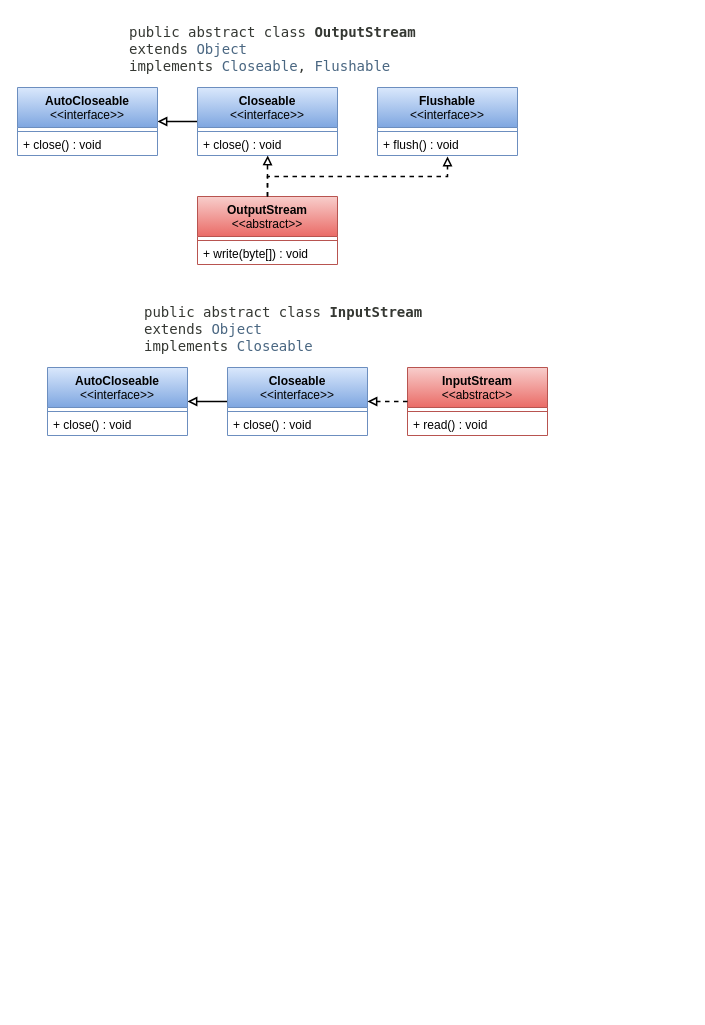
Before: UML-OutputStream.drawio in qingyunlyp/resource, a draw.io diagram. Source tidied: cells renumbered, new cells numbered last; positions are measured from the earlier drawing's top-left corner, leaving out a move shared by most shapes. Both pictures are drawn from the tidied source at 100%, with x=0, y=0 at pixel (17, 17).
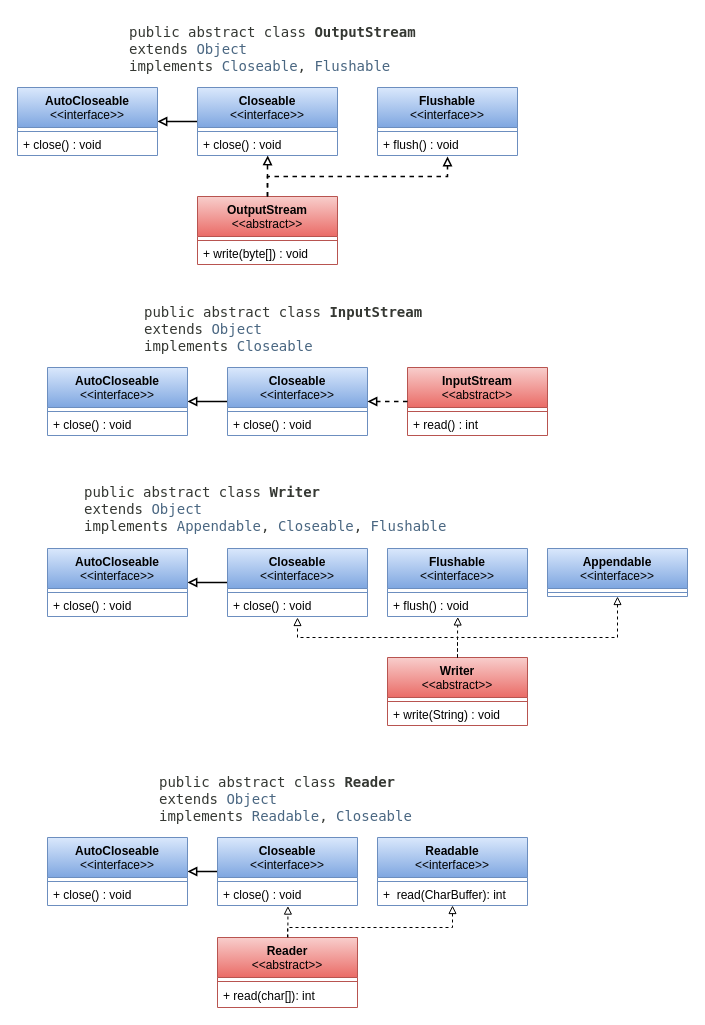
The same page after the edit.

The change refers to these unchanged cells:
```xml
<mxCell id="19" value="&lt;b&gt;InputStream&lt;/b&gt;&lt;br&gt;&amp;lt;&amp;lt;abstract&amp;gt;&amp;gt;" style="swimlane;fontStyle=0;align=center;verticalAlign=top;horizontal=1;startSize=40;html=1;whiteSpace=wrap;fillColor=#f8cecc;gradientColor=#ea6b66;strokeColor=#b85450;" parent="1" vertex="1">
  <mxGeometry x="390" y="350" width="140" height="68" as="geometry" />
</mxCell>
```

The edit, as a diff of the source:
```diff
@@
-    <mxCell id="21" value="+&amp;nbsp;&lt;span style=&quot;white-space: normal;&quot;&gt;read()&lt;/span&gt;&amp;nbsp;: void" style="text;html=1;strokeColor=none;fillColor=none;align=left;verticalAlign=middle;spacingLeft=4;spacingRight=4;overflow=hidden;whiteSpace=wrap;" parent="19" vertex="1">
+    <mxCell id="21" value="+&amp;nbsp;&lt;span style=&quot;white-space: normal;&quot;&gt;read()&lt;/span&gt;&amp;nbsp;: int" style="text;html=1;strokeColor=none;fillColor=none;align=left;verticalAlign=middle;spacingLeft=4;spacingRight=4;overflow=hidden;whiteSpace=wrap;" parent="19" vertex="1">
       <mxGeometry y="48" width="140" height="20" as="geometry" />
     </mxCell>
@@
+    <mxCell id="30" value="&lt;pre style=&quot;font-family: &amp;quot;DejaVu Sans Mono&amp;quot;, monospace; font-size: 14px; margin-top: 0px; color: rgb(53, 56, 51); font-style: normal; font-variant-ligatures: normal; font-variant-caps: normal; font-weight: 400; letter-spacing: normal; orphans: 2; text-align: left; text-indent: 0px; text-transform: none; widows: 2; word-spacing: 0px; -webkit-text-stroke-width: 0px; background-color: rgb(255, 255, 255); text-decoration-thickness: initial; text-decoration-style: initial; text-decoration-color: initial;&quot;&gt;public abstract class &lt;span class=&quot;typeNameLabel&quot; style=&quot;font-weight: bold;&quot;&gt;Writer&lt;/span&gt;&#10;extends &lt;a href=&quot;https://docs.oracle.com/en/java/javase/11/docs/api/java.base/java/lang/Object.html&quot; title=&quot;class in java.lang&quot; style=&quot;text-decoration: none; color: rgb(74, 103, 130);&quot;&gt;Object&lt;/a&gt;&#10;implements &lt;a href=&quot;https://docs.oracle.com/en/java/javase/11/docs/api/java.base/java/lang/Appendable.html&quot; title=&quot;interface in java.lang&quot; style=&quot;text-decoration: none; color: rgb(74, 103, 130);&quot;&gt;Appendable&lt;/a&gt;, &lt;a href=&quot;https://docs.oracle.com/en/java/javase/11/docs/api/java.base/java/io/Closeable.html&quot; title=&quot;interface in java.io&quot; style=&quot;text-decoration: none; color: rgb(74, 103, 130);&quot;&gt;Closeable&lt;/a&gt;, &lt;a href=&quot;https://docs.oracle.com/en/java/javase/11/docs/api/java.base/java/io/Flushable.html&quot; title=&quot;interface in java.io&quot; style=&quot;text-decoration: none; color: rgb(74, 103, 130);&quot;&gt;Flushable&lt;/a&gt;&lt;/pre&gt;" style="text;whiteSpace=wrap;html=1;" parent="1" vertex="1">
+      <mxGeometry x="65" y="460" width="390" height="60" as="geometry" />
+    </mxCell>
+    <mxCell id="31" style="edgeStyle=orthogonalEdgeStyle;rounded=0;jettySize=auto;html=1;entryX=1;entryY=0.5;entryDx=0;entryDy=0;endArrow=block;endFill=0;strokeWidth=1.5;" parent="1" edge="1" source="32" target="38">
+      <mxGeometry relative="1" as="geometry">
+        <Array as="points">
+          <mxPoint x="190" y="565" />
+          <mxPoint x="190" y="565" />
+        </Array>
+      </mxGeometry>
+    </mxCell>
+    <mxCell id="32" value="&lt;b&gt;Closeable&lt;/b&gt;&lt;br&gt;&amp;lt;&amp;lt;interface&amp;gt;&amp;gt;" style="swimlane;fontStyle=0;align=center;verticalAlign=top;horizontal=1;startSize=40;html=1;whiteSpace=wrap;fillColor=#dae8fc;gradientColor=#7ea6e0;strokeColor=#6c8ebf;" parent="1" vertex="1">
+      <mxGeometry x="210" y="531" width="140" height="68" as="geometry" />
+    </mxCell>
+    <mxCell id="33" style="line;strokeWidth=1;fillColor=none;align=left;verticalAlign=middle;spacingTop=-1;spacingLeft=3;spacingRight=3;labelPosition=right;strokeColor=#6C8EBF;" parent="32" vertex="1">
+      <mxGeometry y="40" width="140" height="8" as="geometry" />
+    </mxCell>
+    <mxCell id="34" value="+ close() : void" style="text;html=1;strokeColor=none;fillColor=none;align=left;verticalAlign=middle;spacingLeft=4;spacingRight=4;overflow=hidden;whiteSpace=wrap;" parent="32" vertex="1">
+      <mxGeometry y="48" width="140" height="20" as="geometry" />
+    </mxCell>
+    <mxCell id="35" value="&lt;b&gt;Flushable&lt;/b&gt;&lt;br&gt;&amp;lt;&amp;lt;interface&amp;gt;&amp;gt;" style="swimlane;fontStyle=0;align=center;verticalAlign=top;horizontal=1;startSize=40;html=1;whiteSpace=wrap;fillColor=#dae8fc;gradientColor=#7ea6e0;strokeColor=#6c8ebf;" parent="1" vertex="1">
+      <mxGeometry x="370" y="531" width="140" height="68" as="geometry" />
+    </mxCell>
+    <mxCell id="36" style="line;strokeWidth=1;fillColor=none;align=left;verticalAlign=middle;spacingTop=-1;spacingLeft=3;spacingRight=3;labelPosition=right;strokeColor=#6C8EBF;" parent="35" vertex="1">
+      <mxGeometry y="40" width="140" height="8" as="geometry" />
+    </mxCell>
+    <mxCell id="37" value="+ flush() : void" style="text;html=1;strokeColor=none;fillColor=none;align=left;verticalAlign=middle;spacingLeft=4;spacingRight=4;overflow=hidden;points=[[0,0.5],[1,0.5]];portConstraint=eastwest;whiteSpace=wrap;" parent="35" vertex="1">
+      <mxGeometry y="48" width="140" height="20" as="geometry" />
+    </mxCell>
+    <mxCell id="38" value="&lt;b&gt;AutoCloseable&lt;/b&gt;&lt;br&gt;&amp;lt;&amp;lt;interface&amp;gt;&amp;gt;" style="swimlane;fontStyle=0;align=center;verticalAlign=top;horizontal=1;startSize=40;html=1;whiteSpace=wrap;fillColor=#dae8fc;gradientColor=#7ea6e0;strokeColor=#6c8ebf;swimlaneLine=1;" parent="1" vertex="1">
+      <mxGeometry x="30" y="531" width="140" height="68" as="geometry" />
+    </mxCell>
+    <mxCell id="39" style="line;strokeWidth=1;fillColor=none;align=left;verticalAlign=middle;spacingTop=-1;spacingLeft=3;spacingRight=3;labelPosition=right;strokeColor=#6C8EBF;" parent="38" vertex="1">
+      <mxGeometry y="40" width="140" height="8" as="geometry" />
+    </mxCell>
+    <mxCell id="40" value="+ close() : void" style="text;html=1;strokeColor=none;fillColor=none;align=left;verticalAlign=middle;spacingLeft=4;spacingRight=4;overflow=hidden;whiteSpace=wrap;" parent="38" vertex="1">
+      <mxGeometry y="48" width="140" height="20" as="geometry" />
+    </mxCell>
+    <mxCell id="41" style="edgeStyle=orthogonalEdgeStyle;rounded=0;jettySize=auto;html=1;dashed=1;endArrow=block;endFill=0;" parent="1" edge="1" source="42">
+      <mxGeometry relative="1" as="geometry">
+        <mxPoint x="280" y="600" as="targetPoint" />
+        <Array as="points">
+          <mxPoint x="440" y="620" />
+          <mxPoint x="280" y="620" />
+        </Array>
+      </mxGeometry>
+    </mxCell>
+    <mxCell id="42" value="&lt;b&gt;Writer&lt;/b&gt;&lt;br&gt;&amp;lt;&amp;lt;abstract&amp;gt;&amp;gt;" style="swimlane;fontStyle=0;align=center;verticalAlign=top;horizontal=1;startSize=40;html=1;whiteSpace=wrap;fillColor=#f8cecc;gradientColor=#ea6b66;strokeColor=#b85450;" parent="1" vertex="1">
+      <mxGeometry x="370" y="640" width="140" height="68" as="geometry" />
+    </mxCell>
+    <mxCell id="43" style="line;strokeWidth=1;fillColor=none;align=left;verticalAlign=middle;spacingTop=-1;spacingLeft=3;spacingRight=3;labelPosition=right;strokeColor=#B85450;" parent="42" vertex="1">
+      <mxGeometry y="40" width="140" height="8" as="geometry" />
+    </mxCell>
+    <mxCell id="44" value="+ write(String) : void" style="text;html=1;strokeColor=none;fillColor=none;align=left;verticalAlign=middle;spacingLeft=4;spacingRight=4;overflow=hidden;whiteSpace=wrap;" parent="42" vertex="1">
+      <mxGeometry y="48" width="140" height="20" as="geometry" />
+    </mxCell>
+    <mxCell id="45" value="&lt;b&gt;Appendable&lt;/b&gt;&lt;br&gt;&amp;lt;&amp;lt;interface&amp;gt;&amp;gt;" style="swimlane;fontStyle=0;align=center;verticalAlign=top;horizontal=1;startSize=40;html=1;whiteSpace=wrap;fillColor=#dae8fc;gradientColor=#7ea6e0;strokeColor=#6c8ebf;" parent="1" vertex="1">
+      <mxGeometry x="530" y="531" width="140" height="48" as="geometry" />
+    </mxCell>
+    <mxCell id="46" style="line;strokeWidth=1;fillColor=none;align=left;verticalAlign=middle;spacingTop=-1;spacingLeft=3;spacingRight=3;labelPosition=right;strokeColor=#6C8EBF;" parent="45" vertex="1">
+      <mxGeometry y="40" width="140" height="8" as="geometry" />
+    </mxCell>
+    <mxCell id="47" style="edgeStyle=orthogonalEdgeStyle;rounded=0;jettySize=auto;html=1;dashed=1;exitX=0.5;exitY=0;exitDx=0;exitDy=0;endArrow=block;endFill=0;entryX=0.5;entryY=1;entryDx=0;entryDy=0;" parent="1" edge="1" source="42" target="45">
+      <mxGeometry relative="1" as="geometry">
+        <Array as="points">
+          <mxPoint x="440" y="620" />
+          <mxPoint x="600" y="620" />
+        </Array>
+      </mxGeometry>
+    </mxCell>
+    <mxCell id="48" style="edgeStyle=orthogonalEdgeStyle;rounded=0;jettySize=auto;html=1;dashed=1;entryX=0.502;entryY=1.024;entryDx=0;entryDy=0;entryPerimeter=0;exitX=0.5;exitY=0;exitDx=0;exitDy=0;endArrow=block;endFill=0;" parent="1" edge="1" source="42" target="37">
+      <mxGeometry relative="1" as="geometry" />
+    </mxCell>
+    <mxCell id="49" value="&lt;pre style=&quot;font-family: &amp;quot;DejaVu Sans Mono&amp;quot;, monospace; font-size: 14px; margin-top: 0px; color: rgb(53, 56, 51); font-style: normal; font-variant-ligatures: normal; font-variant-caps: normal; font-weight: 400; letter-spacing: normal; orphans: 2; text-align: left; text-indent: 0px; text-transform: none; widows: 2; word-spacing: 0px; -webkit-text-stroke-width: 0px; background-color: rgb(255, 255, 255); text-decoration-thickness: initial; text-decoration-style: initial; text-decoration-color: initial;&quot;&gt;public abstract class &lt;span class=&quot;typeNameLabel&quot; style=&quot;font-weight: bold;&quot;&gt;Reader&lt;/span&gt;&#10;extends &lt;a href=&quot;https://docs.oracle.com/en/java/javase/11/docs/api/java.base/java/lang/Object.html&quot; title=&quot;class in java.lang&quot; style=&quot;text-decoration: none; color: rgb(74, 103, 130);&quot;&gt;Object&lt;/a&gt;&#10;implements &lt;a href=&quot;https://docs.oracle.com/en/java/javase/11/docs/api/java.base/java/lang/Readable.html&quot; title=&quot;interface in java.lang&quot; style=&quot;text-decoration: none; color: rgb(74, 103, 130);&quot;&gt;Readable&lt;/a&gt;, &lt;a href=&quot;https://docs.oracle.com/en/java/javase/11/docs/api/java.base/java/io/Closeable.html&quot; title=&quot;interface in java.io&quot; style=&quot;text-decoration: none; color: rgb(74, 103, 130);&quot;&gt;Closeable&lt;/a&gt;&lt;/pre&gt;" style="text;whiteSpace=wrap;html=1;" parent="1" vertex="1">
+      <mxGeometry x="140" y="750" width="260" height="60" as="geometry" />
+    </mxCell>
+    <mxCell id="50" style="edgeStyle=orthogonalEdgeStyle;rounded=0;jettySize=auto;html=1;entryX=1;entryY=0.5;entryDx=0;entryDy=0;endArrow=block;endFill=0;strokeWidth=1.5;" parent="1" edge="1" source="51" target="57">
+      <mxGeometry relative="1" as="geometry" />
+    </mxCell>
+    <mxCell id="51" value="&lt;b&gt;Closeable&lt;/b&gt;&lt;br&gt;&amp;lt;&amp;lt;interface&amp;gt;&amp;gt;" style="swimlane;fontStyle=0;align=center;verticalAlign=top;horizontal=1;startSize=40;html=1;whiteSpace=wrap;fillColor=#dae8fc;gradientColor=#7ea6e0;strokeColor=#6c8ebf;" parent="1" vertex="1">
+      <mxGeometry x="200" y="820" width="140" height="68" as="geometry" />
+    </mxCell>
+    <mxCell id="52" style="line;strokeWidth=1;fillColor=none;align=left;verticalAlign=middle;spacingTop=-1;spacingLeft=3;spacingRight=3;labelPosition=right;strokeColor=#6C8EBF;" parent="51" vertex="1">
+      <mxGeometry y="40" width="140" height="8" as="geometry" />
+    </mxCell>
+    <mxCell id="53" value="+ close() : void" style="text;html=1;strokeColor=none;fillColor=none;align=left;verticalAlign=middle;spacingLeft=4;spacingRight=4;overflow=hidden;points=[[0,0.5],[1,0.5]];portConstraint=eastwest;whiteSpace=wrap;" parent="51" vertex="1">
+      <mxGeometry y="48" width="140" height="20" as="geometry" />
+    </mxCell>
+    <mxCell id="54" value="&lt;b&gt;Readable&lt;/b&gt;&lt;br&gt;&amp;lt;&amp;lt;interface&amp;gt;&amp;gt;" style="swimlane;fontStyle=0;align=center;verticalAlign=top;horizontal=1;startSize=40;html=1;whiteSpace=wrap;fillColor=#dae8fc;gradientColor=#7ea6e0;strokeColor=#6c8ebf;" parent="1" vertex="1">
+      <mxGeometry x="360" y="820" width="150" height="68" as="geometry" />
+    </mxCell>
+    <mxCell id="55" style="line;strokeWidth=1;fillColor=none;align=left;verticalAlign=middle;spacingTop=-1;spacingLeft=3;spacingRight=3;labelPosition=right;strokeColor=#6C8EBF;" parent="54" vertex="1">
+      <mxGeometry y="40" width="150" height="8" as="geometry" />
+    </mxCell>
+    <mxCell id="56" value="+&amp;nbsp;&amp;nbsp;&lt;span style=&quot;white-space: normal;&quot;&gt;read(CharBuffer)&lt;/span&gt;: int" style="text;html=1;strokeColor=none;fillColor=none;align=left;verticalAlign=middle;spacingLeft=4;spacingRight=4;overflow=hidden;whiteSpace=wrap;" parent="54" vertex="1">
+      <mxGeometry y="48" width="150" height="20" as="geometry" />
+    </mxCell>
+    <mxCell id="57" value="&lt;b&gt;AutoCloseable&lt;/b&gt;&lt;br&gt;&amp;lt;&amp;lt;interface&amp;gt;&amp;gt;" style="swimlane;fontStyle=0;align=center;verticalAlign=top;horizontal=1;startSize=40;html=1;whiteSpace=wrap;fillColor=#dae8fc;gradientColor=#7ea6e0;strokeColor=#6c8ebf;swimlaneLine=1;" parent="1" vertex="1">
+      <mxGeometry x="30" y="820" width="140" height="68" as="geometry" />
+    </mxCell>
+    <mxCell id="58" style="line;strokeWidth=1;fillColor=none;align=left;verticalAlign=middle;spacingTop=-1;spacingLeft=3;spacingRight=3;labelPosition=right;strokeColor=#6C8EBF;" parent="57" vertex="1">
+      <mxGeometry y="40" width="140" height="8" as="geometry" />
+    </mxCell>
+    <mxCell id="59" value="+ close() : void" style="text;html=1;strokeColor=none;fillColor=none;align=left;verticalAlign=middle;spacingLeft=4;spacingRight=4;overflow=hidden;whiteSpace=wrap;" parent="57" vertex="1">
+      <mxGeometry y="48" width="140" height="20" as="geometry" />
+    </mxCell>
+    <mxCell id="60" style="edgeStyle=orthogonalEdgeStyle;rounded=0;jettySize=auto;html=1;dashed=1;endArrow=block;endFill=0;entryX=0.5;entryY=1;entryDx=0;entryDy=0;" parent="1" edge="1" source="61" target="54">
+      <mxGeometry relative="1" as="geometry">
+        <Array as="points">
+          <mxPoint x="270" y="910" />
+          <mxPoint x="435" y="910" />
+        </Array>
+      </mxGeometry>
+    </mxCell>
+    <mxCell id="61" value="&lt;b&gt;Reader&lt;/b&gt;&lt;br&gt;&amp;lt;&amp;lt;abstract&amp;gt;&amp;gt;" style="swimlane;fontStyle=0;align=center;verticalAlign=top;horizontal=1;startSize=40;html=1;whiteSpace=wrap;fillColor=#f8cecc;gradientColor=#ea6b66;strokeColor=#b85450;" parent="1" vertex="1">
+      <mxGeometry x="200" y="920" width="140" height="70" as="geometry" />
+    </mxCell>
+    <mxCell id="62" style="line;strokeWidth=1;fillColor=none;align=left;verticalAlign=middle;spacingTop=-1;spacingLeft=3;spacingRight=3;labelPosition=right;strokeColor=#B85450;" parent="61" vertex="1">
+      <mxGeometry y="40" width="140" height="8" as="geometry" />
+    </mxCell>
+    <mxCell id="63" value="+&amp;nbsp;&lt;span style=&quot;white-space: normal;&quot;&gt;read(char[])&lt;/span&gt;: int" style="text;html=1;strokeColor=none;fillColor=none;align=left;verticalAlign=middle;spacingLeft=4;spacingRight=4;overflow=hidden;whiteSpace=wrap;" parent="61" vertex="1">
+      <mxGeometry y="48" width="140" height="22" as="geometry" />
+    </mxCell>
+    <mxCell id="64" style="edgeStyle=orthogonalEdgeStyle;rounded=0;jettySize=auto;html=1;dashed=1;entryX=0.503;entryY=1.029;entryDx=0;entryDy=0;entryPerimeter=0;exitX=0.5;exitY=0;exitDx=0;exitDy=0;endArrow=block;endFill=0;" parent="1" edge="1" source="61" target="53">
+      <mxGeometry relative="1" as="geometry">
+        <Array as="points">
+          <mxPoint x="270" y="889" />
+        </Array>
+      </mxGeometry>
+    </mxCell>
```
